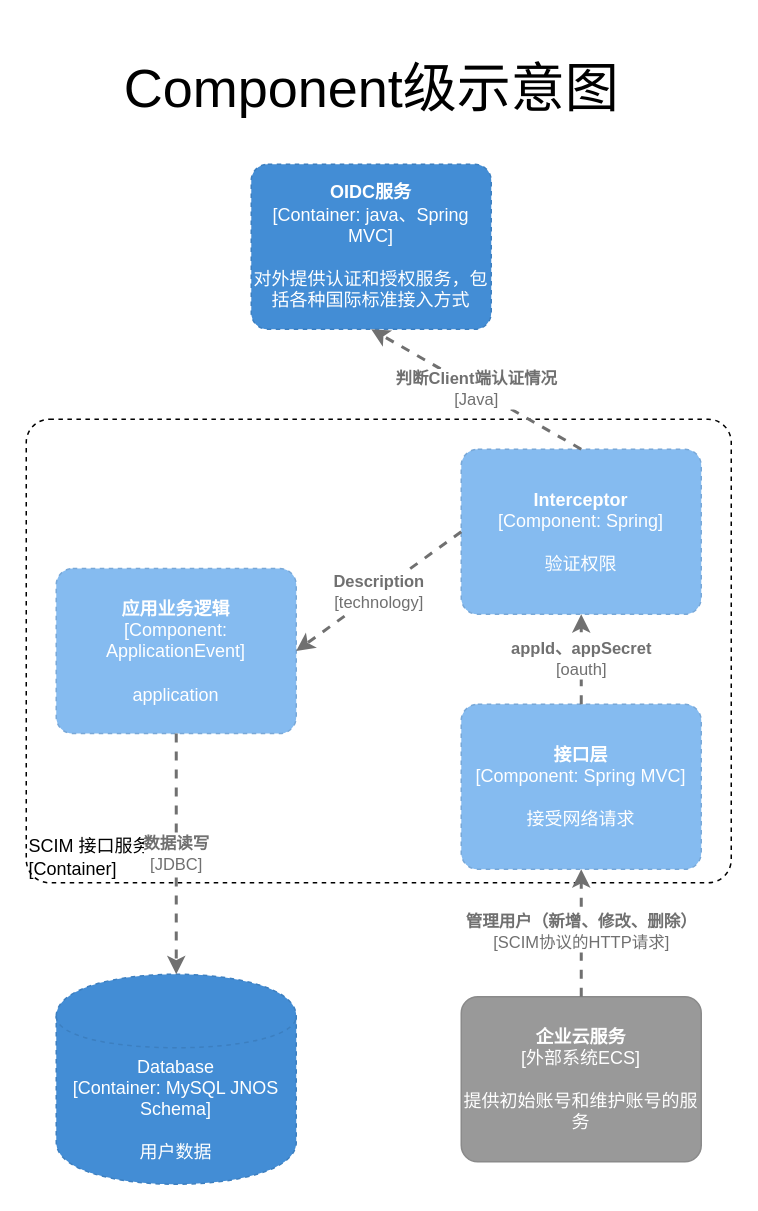
Above: page "SCIM服务" (3 of 3) of 账户同步.drawio in MainListActivity/test (draw.io), before the change. Source tidied: cells renumbered, new cells numbered last; positions are measured from the earlier drawing's top-left corner, leaving out a move shared by most shapes. Both pictures are drawn from the tidied source at 150%, with x=0, y=0 at pixel (26, 26).
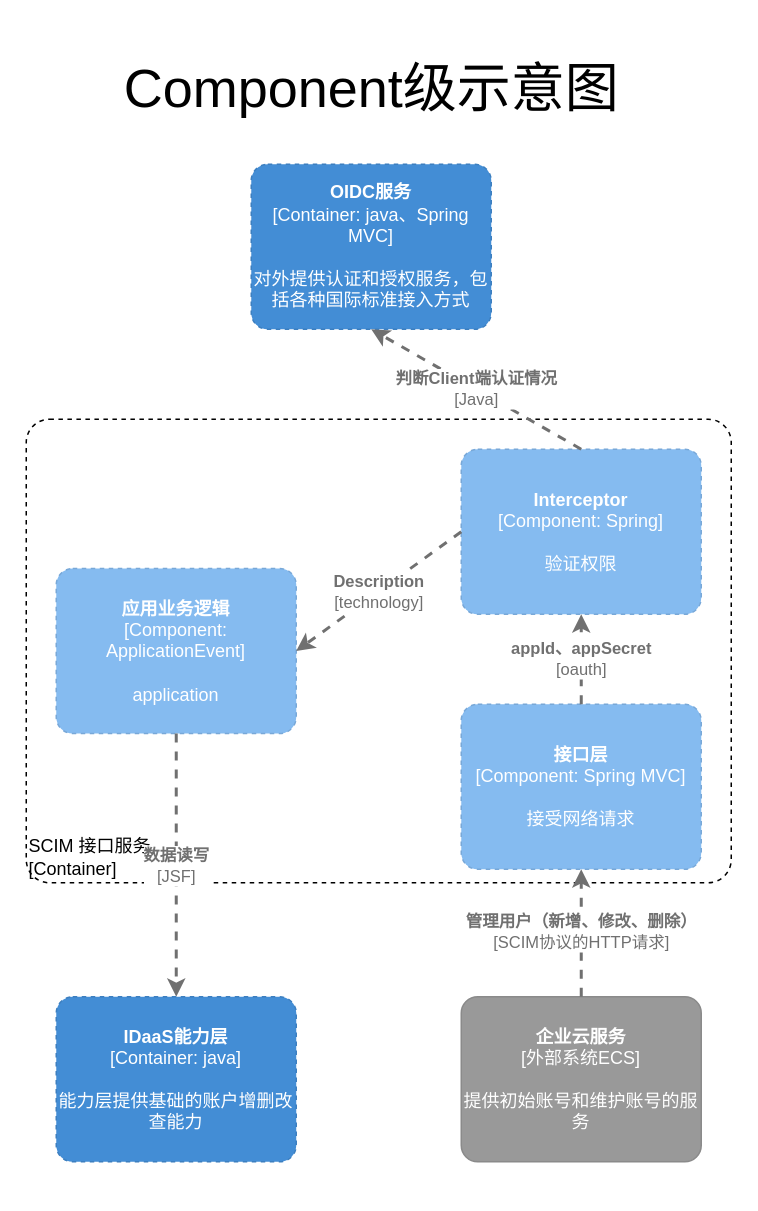
After the change.

The change refers to these unchanged cells:
```xml
<object id="11" label="&lt;b&gt;%c4Name%&lt;/b&gt;&lt;div&gt;[%c4Type%: %c4Technology%]&lt;/div&gt;&lt;br&gt;&lt;div&gt;%c4Description%&lt;/div&gt;" c4Description="application" c4Name="应用业务逻辑" c4Technology="ApplicationEvent" c4Type="Component" placeholders="1">
  <mxCell style="rounded=1;whiteSpace=wrap;html=1;labelBackgroundColor=none;fillColor=#85BBF0;fontColor=#ffffff;align=center;arcSize=10;strokeColor=#78A8D8;metaData={&quot;c4Type&quot;:{&quot;editable&quot;:false}};points=[[0.25,0,0],[0.5,0,0],[0.75,0,0],[1,0.25,0],[1,0.5,0],[1,0.75,0],[0.75,1,0],[0.5,1,0],[0.25,1,0],[0,0.75,0],[0,0.5,0],[0,0.25,0]];glass=0;dashed=1;sketch=0;" parent="1" vertex="1">
    <mxGeometry x="20" y="361.5" width="160" height="110" as="geometry" />
  </mxCell>
</object>
```

Diff of the diagram source:
```diff
@@
-    <object id="3" label="%c4Type%&lt;div&gt;[Container:&amp;nbsp;%c4Technology%]&lt;/div&gt;&lt;br&gt;&lt;div&gt;%c4Description%&lt;/div&gt;" c4Description="用户数据" c4Technology="MySQL JNOS Schema" c4Type="Database" placeholders="1">
-      <mxCell style="shape=cylinder;whiteSpace=wrap;html=1;boundedLbl=1;rounded=0;labelBackgroundColor=none;fillColor=#438DD5;fontSize=12;fontColor=#ffffff;align=center;strokeColor=#3C7FC0;points=[[0.5,0,0],[1,0.25,0],[1,0.5,0],[1,0.75,0],[0.5,1,0],[0,0.75,0],[0,0.5,0],[0,0.25,0]];metaData={&quot;c4Type&quot;:{&quot;editable&quot;:false}};dashed=1;sketch=0;" parent="1" vertex="1">
-        <mxGeometry x="20" y="632" width="160" height="140" as="geometry" />
-      </mxCell>
-    </object>
@@
-    <object id="13" label="&lt;div style=&quot;text-align: left&quot;&gt;&lt;div style=&quot;text-align: center&quot;&gt;&lt;b&gt;%c4Description%&lt;/b&gt;&lt;/div&gt;&lt;div style=&quot;text-align: center&quot;&gt;[%c4Technology%]&lt;/div&gt;&lt;/div&gt;" c4Description="数据读写" c4Technology="JDBC" placeholders="1">
-      <mxCell style="edgeStyle=none;rounded=0;html=1;entryX=0.5;entryY=0;jettySize=auto;strokeColor=#707070;strokeWidth=2;fontColor=#707070;jumpStyle=none;dashed=1;metaData={&quot;c4Type&quot;:{&quot;editable&quot;:false}};entryDx=0;entryDy=0;entryPerimeter=0;exitX=0.5;exitY=1;exitDx=0;exitDy=0;exitPerimeter=0;" parent="1" edge="1" source="11" target="3">
+    <object id="13" label="&lt;div style=&quot;text-align: left&quot;&gt;&lt;div style=&quot;text-align: center&quot;&gt;&lt;b&gt;%c4Description%&lt;/b&gt;&lt;/div&gt;&lt;div style=&quot;text-align: center&quot;&gt;[%c4Technology%]&lt;/div&gt;&lt;/div&gt;" c4Description="数据读写" c4Technology="JSF" placeholders="1">
+      <mxCell style="edgeStyle=none;rounded=0;html=1;jettySize=auto;strokeColor=#707070;strokeWidth=2;fontColor=#707070;jumpStyle=none;dashed=1;metaData={&quot;c4Type&quot;:{&quot;editable&quot;:false}};exitX=0.5;exitY=1;exitDx=0;exitDy=0;exitPerimeter=0;entryX=0.5;entryY=0;entryDx=0;entryDy=0;entryPerimeter=0;" parent="1" edge="1" source="11" target="15">
         <mxGeometry relative="1" as="geometry" />
       </mxCell>
     </object>
@@
+    <object id="15" label="&lt;b&gt;%c4Name%&lt;/b&gt;&lt;div&gt;[%c4Type%: %c4Technology%]&lt;/div&gt;&lt;br&gt;&lt;div&gt;%c4Description%&lt;/div&gt;" c4Description="能力层提供基础的账户增删改查能力" c4Name="IDaaS能力层" c4Technology="java" c4Type="Container" placeholders="1">
+      <mxCell style="rounded=1;whiteSpace=wrap;html=1;labelBackgroundColor=none;fillColor=#438DD5;fontColor=#ffffff;align=center;arcSize=10;strokeColor=#3C7FC0;metaData={&quot;c4Type&quot;:{&quot;editable&quot;:false}};points=[[0.25,0,0],[0.5,0,0],[0.75,0,0],[1,0.25,0],[1,0.5,0],[1,0.75,0],[0.75,1,0],[0.5,1,0],[0.25,1,0],[0,0.75,0],[0,0.5,0],[0,0.25,0]];glass=0;dashed=1;sketch=0;" parent="1" vertex="1">
+        <mxGeometry x="20" y="647" width="160" height="110" as="geometry" />
+      </mxCell>
+    </object>
```
